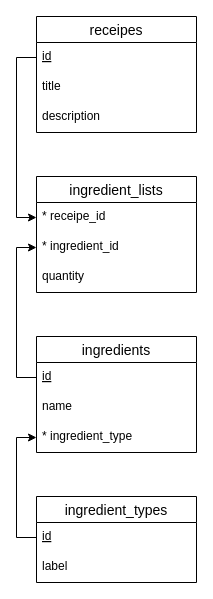
Before: docs/schemas/chef_challenge_mld_v1.drawio in Chef-Challenge/chef_challenge_backend, a draw.io diagram. Source tidied: cells renumbered, new cells numbered last; positions are measured from the earlier drawing's top-left corner, leaving out a move shared by most shapes. Both pictures are drawn from the tidied source at 100%, with x=0, y=0 at pixel (16, 16).
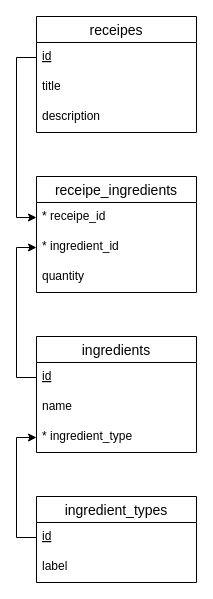
The same diagram, later.

Commit message:
:memo: Update table name

Change ingredient_lists to receipe_lists for code easier usage

Change to the diagram source:
```diff
@@
-    <mxCell id="14" value="ingredient_lists" style="swimlane;fontStyle=0;horizontal=1;startSize=26;align=center;fontSize=14;" parent="1" vertex="1">
+    <mxCell id="14" value="receipe_ingredients" style="swimlane;fontStyle=0;horizontal=1;startSize=26;align=center;fontSize=14;" parent="1" vertex="1">
       <mxGeometry x="20" y="160" width="160" height="116" as="geometry" />
     </mxCell>
```
